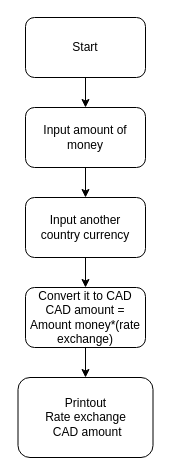
Before: Final Exam - part1.drawio in ricotrannguyen/Algorithm, a draw.io diagram. Source tidied: cells renumbered, new cells numbered last; positions are measured from the earlier drawing's top-left corner, leaving out a move shared by most shapes. Both pictures are drawn from the tidied source at 100%, with x=0, y=0 at pixel (18, 17).
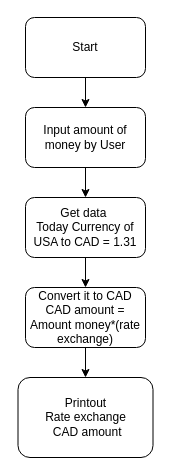
The same diagram, later.

Change to the diagram source:
```diff
@@
 <mxGraphModel>
   <root>
     <mxCell id="0" />
     <mxCell id="1" parent="0" />
     <mxCell id="2" style="edgeStyle=orthogonalEdgeStyle;rounded=0;jettySize=auto;html=1;" parent="1" edge="1" source="3" target="5">
       <mxGeometry relative="1" as="geometry" />
     </mxCell>
     <mxCell id="3" value="Start" style="rounded=1;whiteSpace=wrap;html=1;" parent="1" vertex="1">
       <mxGeometry x="7" width="120" height="60" as="geometry" />
     </mxCell>
-    <mxCell id="4" style="edgeStyle=orthogonalEdgeStyle;rounded=0;jettySize=auto;html=1;" parent="1" edge="1" source="5" target="7">
-      <mxGeometry relative="1" as="geometry" />
-    </mxCell>
+    <mxCell id="11" style="edgeStyle=orthogonalEdgeStyle;rounded=0;jettySize=auto;html=1;" parent="1" edge="1" source="5" target="13">
+      <mxGeometry relative="1" as="geometry" />
+    </mxCell>
-    <mxCell id="5" value="Input amount of money" style="whiteSpace=wrap;html=1;rounded=1;" parent="1" vertex="1">
+    <mxCell id="5" value="Input amount of money by User" style="whiteSpace=wrap;html=1;rounded=1;" parent="1" vertex="1">
       <mxGeometry x="7" y="90" width="120" height="60" as="geometry" />
     </mxCell>
-    <mxCell id="6" style="edgeStyle=orthogonalEdgeStyle;rounded=0;jettySize=auto;html=1;" parent="1" edge="1" source="7" target="9">
-      <mxGeometry relative="1" as="geometry" />
-    </mxCell>
-    <mxCell id="7" value="Input&amp;nbsp;another &lt;br&gt;country currency" style="whiteSpace=wrap;html=1;rounded=1;" parent="1" vertex="1">
-      <mxGeometry x="7" y="180" width="120" height="60" as="geometry" />
-    </mxCell>
     <mxCell id="8" style="edgeStyle=orthogonalEdgeStyle;rounded=0;jettySize=auto;html=1;" parent="1" edge="1" source="9" target="10">
       <mxGeometry relative="1" as="geometry" />
     </mxCell>
     <mxCell id="9" value="Convert it to CAD&lt;br&gt;CAD amount = Amount money*(rate exchange)" style="whiteSpace=wrap;html=1;rounded=1;" parent="1" vertex="1">
       <mxGeometry x="7" y="270" width="120" height="60" as="geometry" />
     </mxCell>
     <mxCell id="10" value="Printout&lt;br&gt;Rate exchange&lt;br&gt;&amp;nbsp;CAD amount" style="whiteSpace=wrap;html=1;rounded=1;" parent="1" vertex="1">
       <mxGeometry x="-0.5" y="360" width="135" height="80" as="geometry" />
     </mxCell>
+    <mxCell id="12" style="edgeStyle=orthogonalEdgeStyle;rounded=0;jettySize=auto;html=1;" parent="1" edge="1" source="13" target="9">
+      <mxGeometry relative="1" as="geometry" />
+    </mxCell>
+    <mxCell id="13" value="Get data&amp;nbsp;&lt;br&gt;Today Currency of&lt;br&gt;USA to CAD = 1.31" style="whiteSpace=wrap;html=1;rounded=1;" parent="1" vertex="1">
+      <mxGeometry x="7" y="180" width="120" height="60" as="geometry" />
+    </mxCell>
   </root>
 </mxGraphModel>
```
